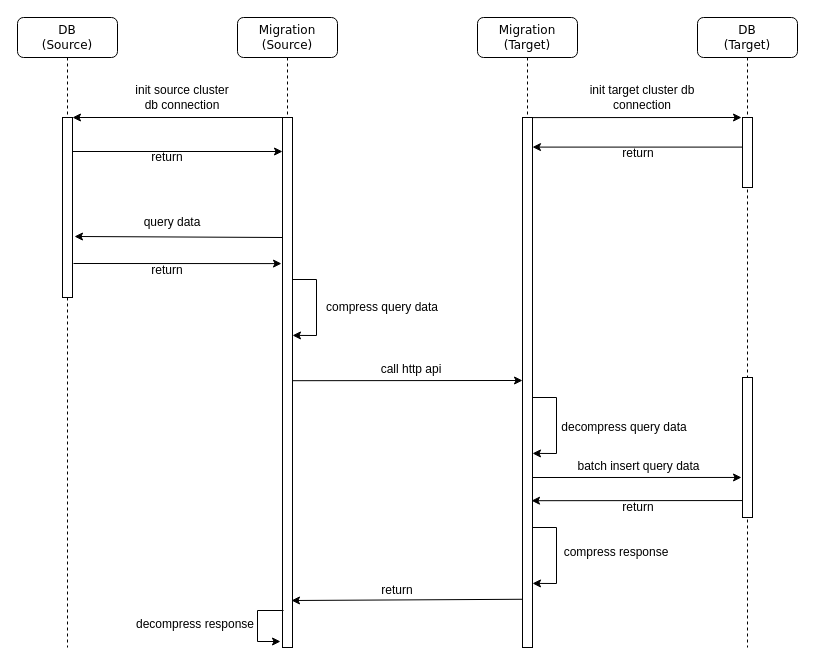
This is Untitled Diagram.drawio from zsj20092033/thinkinjava, a draw.io file, before an edit. Source tidied: cells renumbered, new cells numbered last; positions are measured from the earlier drawing's top-left corner, leaving out a move shared by most shapes. Both pictures are drawn from the tidied source at 100%, with x=0, y=0 at pixel (17, 17).
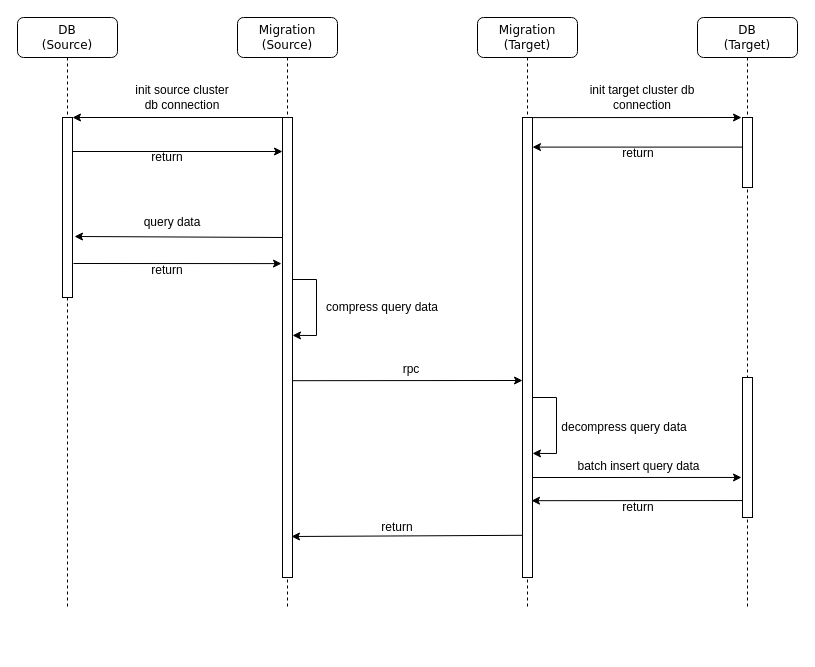
After the change.

Unchanged cells that the change refers to:
```xml
<mxCell id="10" style="html=1;points=[];perimeter=orthogonalPerimeter;rounded=0;shadow=0;comic=0;labelBackgroundColor=none;strokeWidth=1;fontFamily=Verdana;fontSize=12;align=center;" parent="1" vertex="1">
  <mxGeometry x="725" y="360" width="10" height="140" as="geometry" />
</mxCell>
```

What changed in the source:
```diff
@@
-    <mxCell id="2" value="Migration&lt;br&gt;(Target)" style="shape=umlLifeline;perimeter=lifelinePerimeter;whiteSpace=wrap;html=1;rounded=1;shadow=0;comic=0;labelBackgroundColor=none;strokeWidth=1;fontFamily=Verdana;fontSize=12;align=center;" parent="1" vertex="1">
-      <mxGeometry x="460" width="100" height="630" as="geometry" />
+    <mxCell id="2" value="Migration&lt;br&gt;(Target)" style="shape=umlLifeline;perimeter=lifelinePerimeter;whiteSpace=wrap;html=1;rounded=1;shadow=0;comic=0;labelBackgroundColor=none;strokeWidth=1;fontFamily=Verdana;fontSize=12;align=center;fillColor=default;strokeColor=default;fontColor=default;" parent="1" vertex="1">
+      <mxGeometry x="460" width="100" height="590" as="geometry" />
     </mxCell>
-    <mxCell id="3" style="html=1;points=[];perimeter=orthogonalPerimeter;rounded=0;shadow=0;comic=0;labelBackgroundColor=none;strokeWidth=1;fontFamily=Verdana;fontSize=12;align=center;" parent="2" vertex="1">
-      <mxGeometry x="45" y="100" width="10" height="530" as="geometry" />
+    <mxCell id="3" style="html=1;points=[];perimeter=orthogonalPerimeter;rounded=0;shadow=0;comic=0;labelBackgroundColor=none;strokeWidth=1;fontFamily=Verdana;fontSize=12;align=center;fillColor=default;strokeColor=default;fontColor=default;" parent="2" vertex="1">
+      <mxGeometry x="45" y="100" width="10" height="460" as="geometry" />
     </mxCell>
-    <mxCell id="4" value="DB&lt;br&gt;(Source)" style="shape=umlLifeline;perimeter=lifelinePerimeter;whiteSpace=wrap;html=1;rounded=1;shadow=0;comic=0;labelBackgroundColor=none;strokeWidth=1;fontFamily=Verdana;fontSize=12;align=center;" parent="1" vertex="1">
-      <mxGeometry width="100" height="630" as="geometry" />
+    <mxCell id="4" value="DB&lt;br&gt;(Source)" style="shape=umlLifeline;perimeter=lifelinePerimeter;whiteSpace=wrap;html=1;rounded=1;shadow=0;comic=0;labelBackgroundColor=none;strokeWidth=1;fontFamily=Verdana;fontSize=12;align=center;fillColor=default;strokeColor=default;fontColor=default;" parent="1" vertex="1">
+      <mxGeometry width="100" height="590" as="geometry" />
     </mxCell>
@@
-    <mxCell id="6" value="DB&lt;br&gt;(Target)" style="shape=umlLifeline;perimeter=lifelinePerimeter;whiteSpace=wrap;html=1;rounded=1;shadow=0;comic=0;labelBackgroundColor=none;strokeWidth=1;fontFamily=Verdana;fontSize=12;align=center;" parent="1" vertex="1">
-      <mxGeometry x="680" width="100" height="630" as="geometry" />
+    <mxCell id="6" value="DB&lt;br&gt;(Target)" style="shape=umlLifeline;perimeter=lifelinePerimeter;whiteSpace=wrap;html=1;rounded=1;shadow=0;comic=0;labelBackgroundColor=none;strokeWidth=1;fontFamily=Verdana;fontSize=12;align=center;fillColor=default;strokeColor=default;fontColor=default;" parent="1" vertex="1">
+      <mxGeometry x="680" width="100" height="590" as="geometry" />
     </mxCell>
-    <mxCell id="7" value="Migration&lt;br&gt;(Source)" style="shape=umlLifeline;perimeter=lifelinePerimeter;whiteSpace=wrap;html=1;rounded=1;shadow=0;comic=0;labelBackgroundColor=none;strokeWidth=1;fontFamily=Verdana;fontSize=12;align=center;" parent="1" vertex="1">
-      <mxGeometry x="220" width="100" height="630" as="geometry" />
+    <mxCell id="7" value="Migration&lt;br&gt;(Source)" style="shape=umlLifeline;perimeter=lifelinePerimeter;whiteSpace=wrap;html=1;rounded=1;shadow=0;comic=0;labelBackgroundColor=none;strokeWidth=1;fontFamily=Verdana;fontSize=12;align=center;fillColor=default;strokeColor=default;fontColor=default;" parent="1" vertex="1">
+      <mxGeometry x="220" width="100" height="590" as="geometry" />
     </mxCell>
-    <mxCell id="8" style="html=1;points=[];perimeter=orthogonalPerimeter;rounded=0;shadow=0;comic=0;labelBackgroundColor=none;strokeWidth=1;fontFamily=Verdana;fontSize=12;align=center;" parent="7" vertex="1">
-      <mxGeometry x="45" y="100" width="10" height="530" as="geometry" />
+    <mxCell id="8" style="html=1;points=[];perimeter=orthogonalPerimeter;rounded=0;shadow=0;comic=0;labelBackgroundColor=none;strokeWidth=1;fontFamily=Verdana;fontSize=12;align=center;fillColor=default;strokeColor=default;fontColor=default;" parent="7" vertex="1">
+      <mxGeometry x="45" y="100" width="10" height="460" as="geometry" />
     </mxCell>
@@
-    <mxCell id="25" value="call http api" style="text;html=1;strokeColor=none;fillColor=none;align=center;verticalAlign=middle;whiteSpace=wrap;rounded=0;" parent="1" vertex="1">
+    <mxCell id="25" value="rpc" style="text;html=1;strokeColor=none;fillColor=none;align=center;verticalAlign=middle;whiteSpace=wrap;rounded=0;" parent="1" vertex="1">
       <mxGeometry x="354" y="342" width="80" height="20" as="geometry" />
     </mxCell>
@@
-    <mxCell id="30" style="endArrow=classic;html=1;exitX=0;exitY=0.879;exitDx=0;exitDy=0;exitPerimeter=0;entryX=0.9;entryY=0.723;entryDx=0;entryDy=0;entryPerimeter=0;" parent="1" edge="1" source="10" target="3">
+    <mxCell id="30" style="endArrow=classic;html=1;exitX=0;exitY=0.879;exitDx=0;exitDy=0;exitPerimeter=0;entryX=0.9;entryY=0.833;entryDx=0;entryDy=0;entryPerimeter=0;strokeColor=default;labelBackgroundColor=default;fontColor=default;" parent="1" edge="1" source="10" target="3">
       <mxGeometry relative="1" as="geometry" />
     </mxCell>
@@
-    <mxCell id="32" style="endArrow=classic;html=1;exitX=1.1;exitY=0.375;exitDx=0;exitDy=0;exitPerimeter=0;entryX=1.1;entryY=0.502;entryDx=0;entryDy=0;entryPerimeter=0;rounded=0;" parent="1" edge="1">
-      <mxGeometry relative="1" as="geometry">
-        <mxPoint x="515" y="510" as="sourcePoint" />
-        <mxPoint x="515" y="565.9" as="targetPoint" />
-        <Array as="points">
-          <mxPoint x="539" y="510" />
-          <mxPoint x="539" y="566" />
-        </Array>
-      </mxGeometry>
-    </mxCell>
-    <mxCell id="33" value="compress response" style="text;html=1;strokeColor=none;fillColor=none;align=center;verticalAlign=middle;whiteSpace=wrap;rounded=0;" parent="1" vertex="1">
-      <mxGeometry x="534" y="525" width="130" height="20" as="geometry" />
-    </mxCell>
@@
-    <mxCell id="35" style="endArrow=classic;html=1;exitX=1.1;exitY=0.375;exitDx=0;exitDy=0;exitPerimeter=0;rounded=0;" parent="1" edge="1">
-      <mxGeometry relative="1" as="geometry">
-        <mxPoint x="266" y="593" as="sourcePoint" />
-        <mxPoint x="263" y="624" as="targetPoint" />
-        <Array as="points">
-          <mxPoint x="240" y="593" />
-          <mxPoint x="240" y="624" />
-        </Array>
-      </mxGeometry>
-    </mxCell>
-    <mxCell id="36" style="endArrow=classic;html=1;exitX=0;exitY=0.909;exitDx=0;exitDy=0;exitPerimeter=0;" parent="1" edge="1" source="3">
+    <mxCell id="36" style="endArrow=classic;html=1;exitX=0;exitY=0.909;exitDx=0;exitDy=0;exitPerimeter=0;strokeColor=default;labelBackgroundColor=default;fontColor=default;" parent="1" edge="1">
       <mxGeometry relative="1" as="geometry">
-        <mxPoint x="274" y="583" as="targetPoint" />
+        <mxPoint x="505" y="517.8" as="sourcePoint" />
+        <mxPoint x="274" y="519" as="targetPoint" />
       </mxGeometry>
     </mxCell>
-    <mxCell id="37" value="return" style="text;html=1;strokeColor=none;fillColor=none;align=center;verticalAlign=middle;whiteSpace=wrap;rounded=0;" parent="1" vertex="1">
-      <mxGeometry x="360" y="563" width="40" height="20" as="geometry" />
+    <mxCell id="37" value="return" style="text;html=1;strokeColor=none;fillColor=none;align=center;verticalAlign=middle;whiteSpace=wrap;rounded=0;fontColor=default;" parent="1" vertex="1">
+      <mxGeometry x="360" y="500" width="40" height="20" as="geometry" />
     </mxCell>
-    <mxCell id="38" value="decompress response" style="text;html=1;strokeColor=none;fillColor=none;align=center;verticalAlign=middle;whiteSpace=wrap;rounded=0;" parent="1" vertex="1">
-      <mxGeometry x="113" y="597" width="130" height="20" as="geometry" />
-    </mxCell>
```
